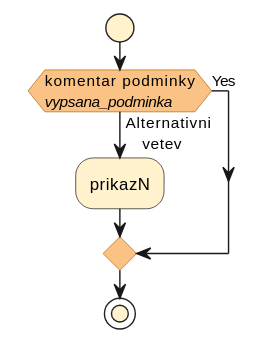
The PlantUML diagram inline_umlgraph_4.svg in theorangeBirdybird/stdoc_demonstration, before a commit. The source it was exported from:
```plantuml
@startuml
!define SVG
!define URLFORMAT "svg"
<style>
activityDiagram {
BackgroundColor #fff2cc
BorderColor #d6b656
FontColor #0
FontName arial
diamond {
BackgroundColor #FAC385
LineColor #b46504
FontColor black
FontName arial
}
}
document {
BackgroundColor transparent
}
</style>

start
if (komentar podminky
//vypsana_podminka//) then (Yes)
else (Alternativni
    vetev)

:prikazN;
endif

stop
@enduml
```
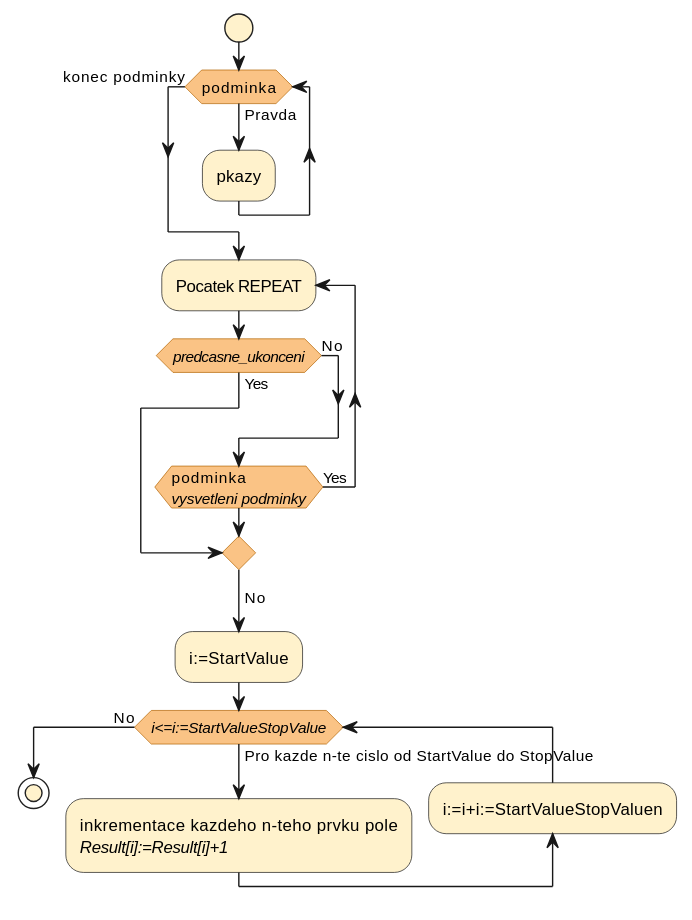
The same file after the commit.

Diff of the diagram source:
```diff
@@ -20,13 +20,26 @@
 </style>
 
 start
-if (komentar podminky
-//vypsana_podminka//) then (Yes)
-else (Alternativni
-    vetev)
+while (podminka)
+->Pravda;
+:pkazy;
+endwhile (konec podminky)
+repeat :Pocatek REPEAT;
+if (//predcasne_ukonceni//) then (Yes)
+break
 
-:prikazN;
+else (No)
 endif
+
+repeat while (podminka
+//vysvetleni podminky//) is (Yes)
+->No;
+:i:=StartValue;
+while (//i<=i:=StartValueStopValue//) is (Pro kazde n-te cislo od StartValue do StopValue)
+backward:i:=i+i:=StartValueStopValuen;
+:inkrementace kazdeho n-teho prvku pole
+//Result[i]:=Result[i]+1//;
+endwhile (No)
 
 stop
 @enduml
```
